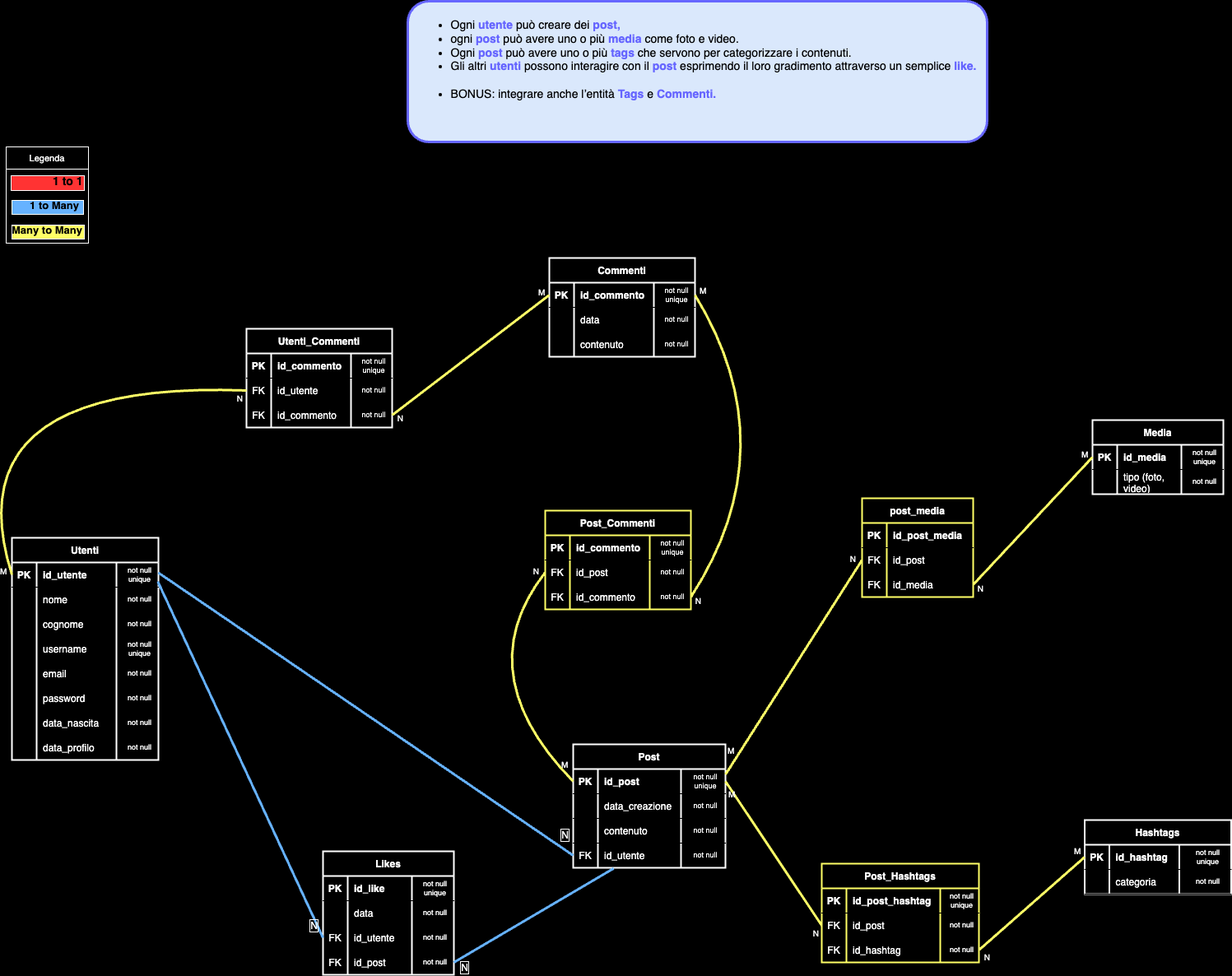
The draw.io diagram diagramma-social.drawio.png in LudovicaMassimino/social-platform, before a commit. Source tidied: cells renumbered, new cells last; positions are measured from the earlier drawing's top-left corner, leaving out a move shared by most shapes.
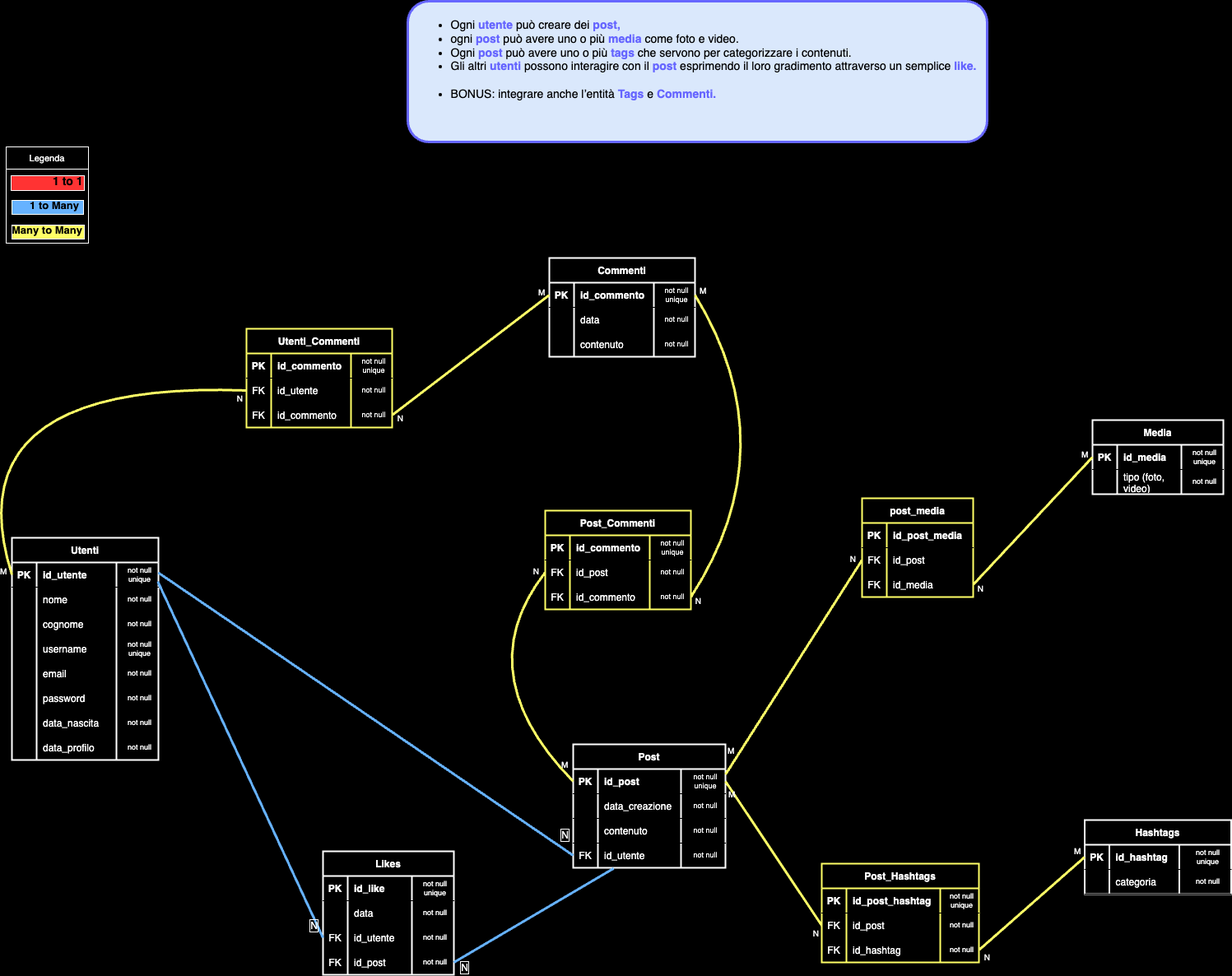
The same file after the commit.

Commit message:
colore tabella ponte

The edit, as a diff of the source:
```diff
@@ -265,7 +265,7 @@
     <mxCell id="88" value="not null" style="shape=partialRectangle;fillColor=none;top=0;left=0;bottom=0;right=0;align=center;spacingLeft=6;overflow=hidden;fontColor=#FFFFFF;fontSize=9;whiteSpace=wrap;" parent="85" vertex="1">
       <mxGeometry x="108" width="51" height="30" as="geometry" />
     </mxCell>
-    <mxCell id="89" value="Utenti_Commenti" style="shape=table;startSize=30;rowLines=0;fontStyle=1;align=center;labelBackgroundColor=none;labelBorderColor=none;fillColor=none;fontColor=#FFFFFF;strokeColor=#FFFFFF;swimlaneFillColor=#000000;strokeWidth=2;" parent="1" vertex="1">
+    <mxCell id="89" value="Utenti_Commenti" style="shape=table;startSize=30;rowLines=0;fontStyle=1;align=center;labelBackgroundColor=none;labelBorderColor=none;fillColor=none;fontColor=#FFFFFF;strokeColor=#FFFF66;swimlaneFillColor=#000000;strokeWidth=2;" parent="1" vertex="1">
       <mxGeometry x="360" y="398" width="177" height="120" as="geometry" />
     </mxCell>
     <mxCell id="90" style="shape=tableRow;horizontal=0;startSize=0;swimlaneHead=0;swimlaneBody=0;fillColor=none;top=0;left=0;right=0;bottom=1;" parent="89" vertex="1">
```
